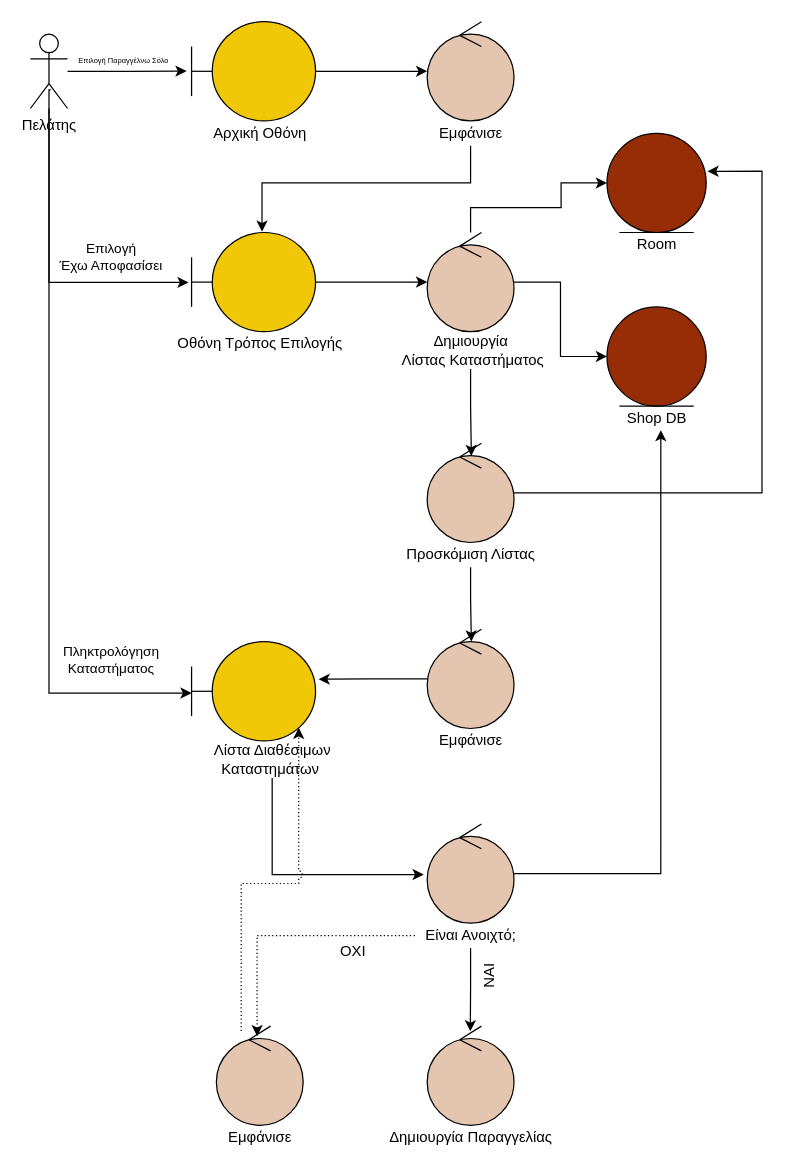
The draw.io diagram docs/contributions/Kout-ou/Phase 5/solo_order.drawio in iloudaros/nomnomr, before the edit. Source tidied: cells renumbered, new cells numbered last; positions are measured from the earlier drawing's top-left corner, leaving out a move shared by most shapes. Both pictures are drawn from the tidied source at 124%, with x=0, y=0 at pixel (30, 21).
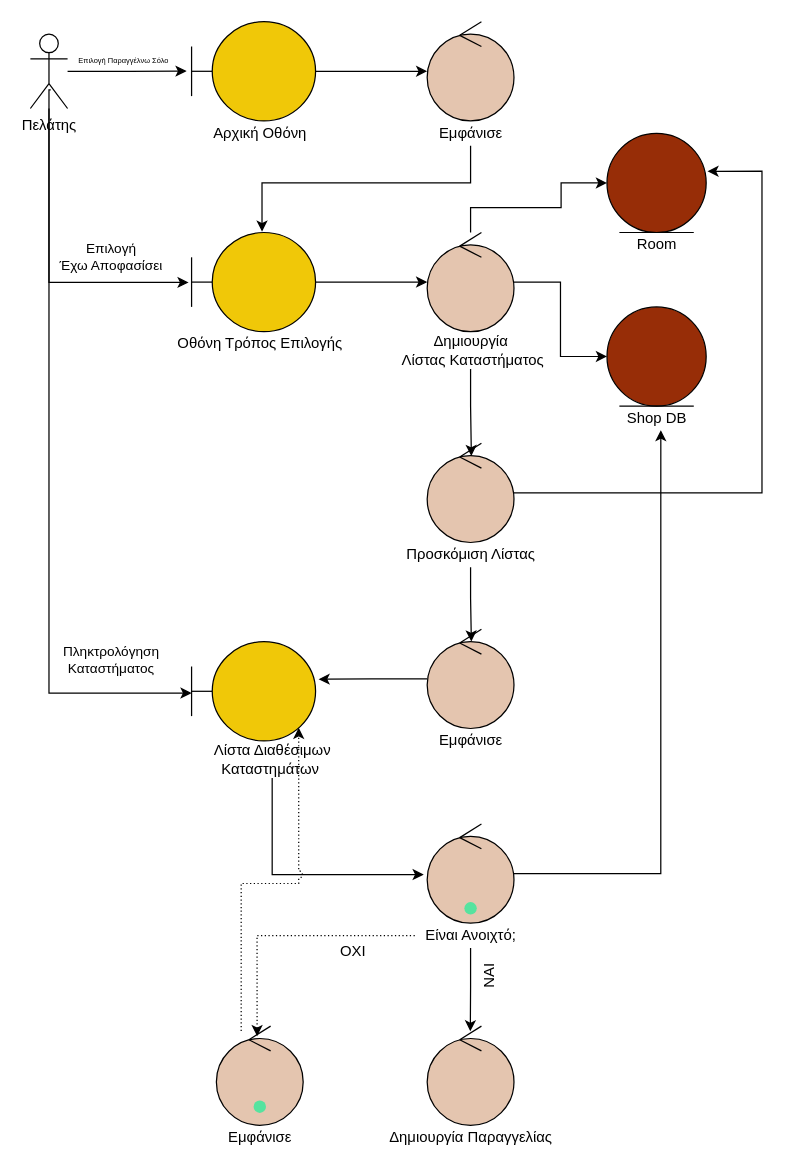
The same page after the edit.

The edit, as a diff of the source:
```diff
@@
+    <mxCell id="49" style="shape=ellipse;fillColor=#56E39F;strokeColor=none;html=1;sketch=0;fontSize=11;" parent="1" vertex="1">
+      <mxGeometry x="350" y="710" width="10" height="10" as="geometry" />
+    </mxCell>
+    <mxCell id="50" style="shape=ellipse;fillColor=#56E39F;strokeColor=none;html=1;sketch=0;fontSize=11;" parent="1" vertex="1">
+      <mxGeometry x="180" y="870" width="10" height="10" as="geometry" />
+    </mxCell>
```
